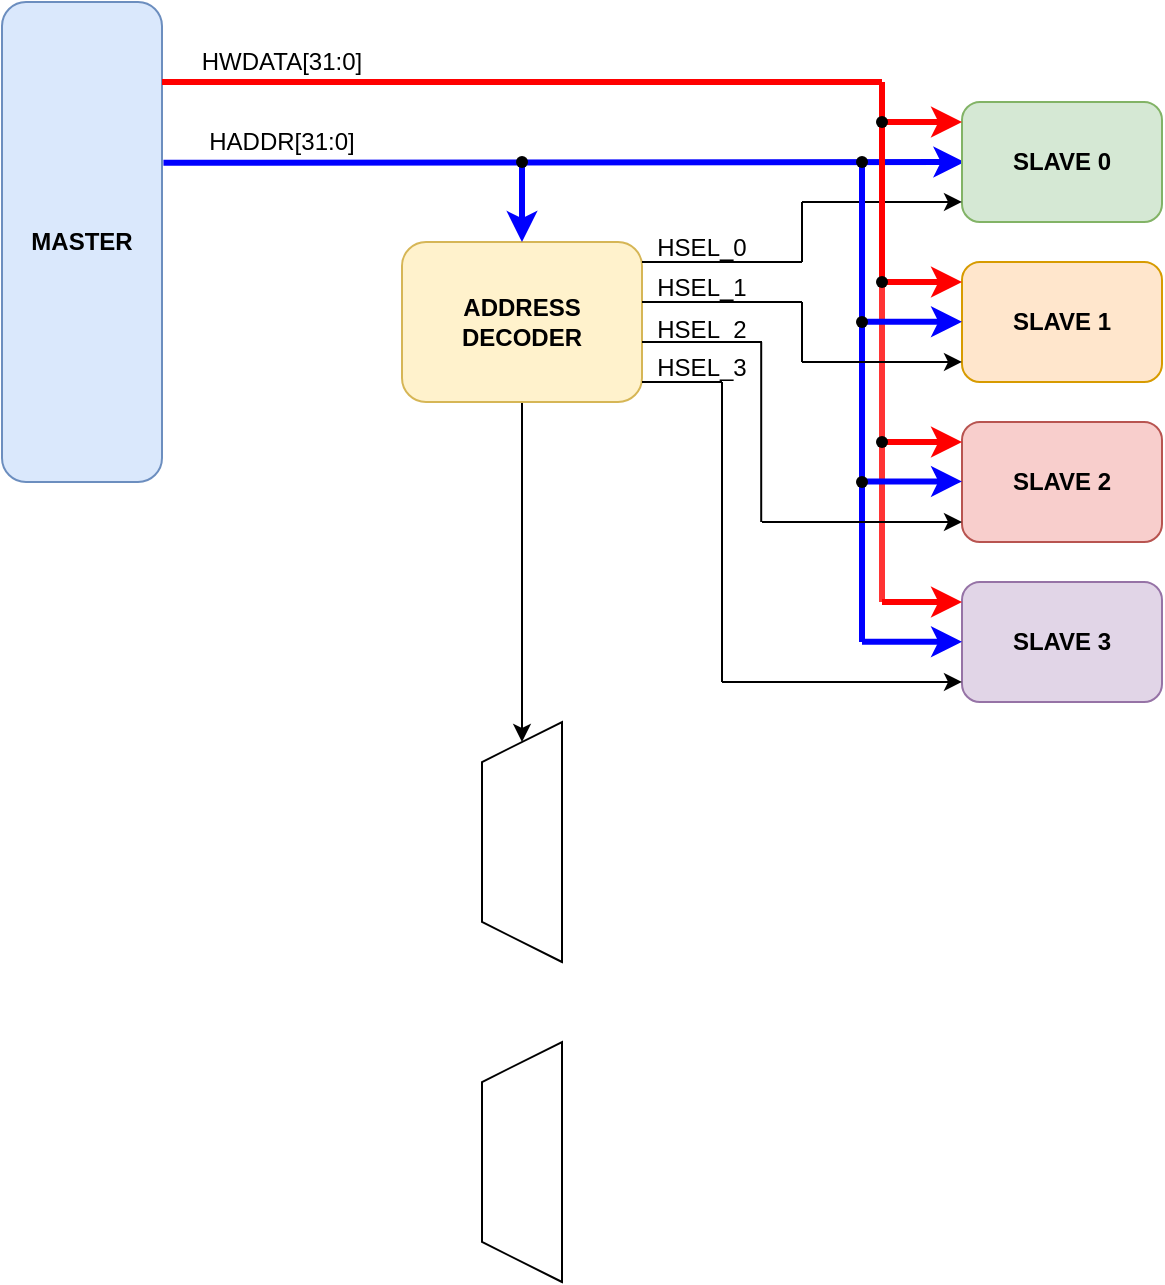
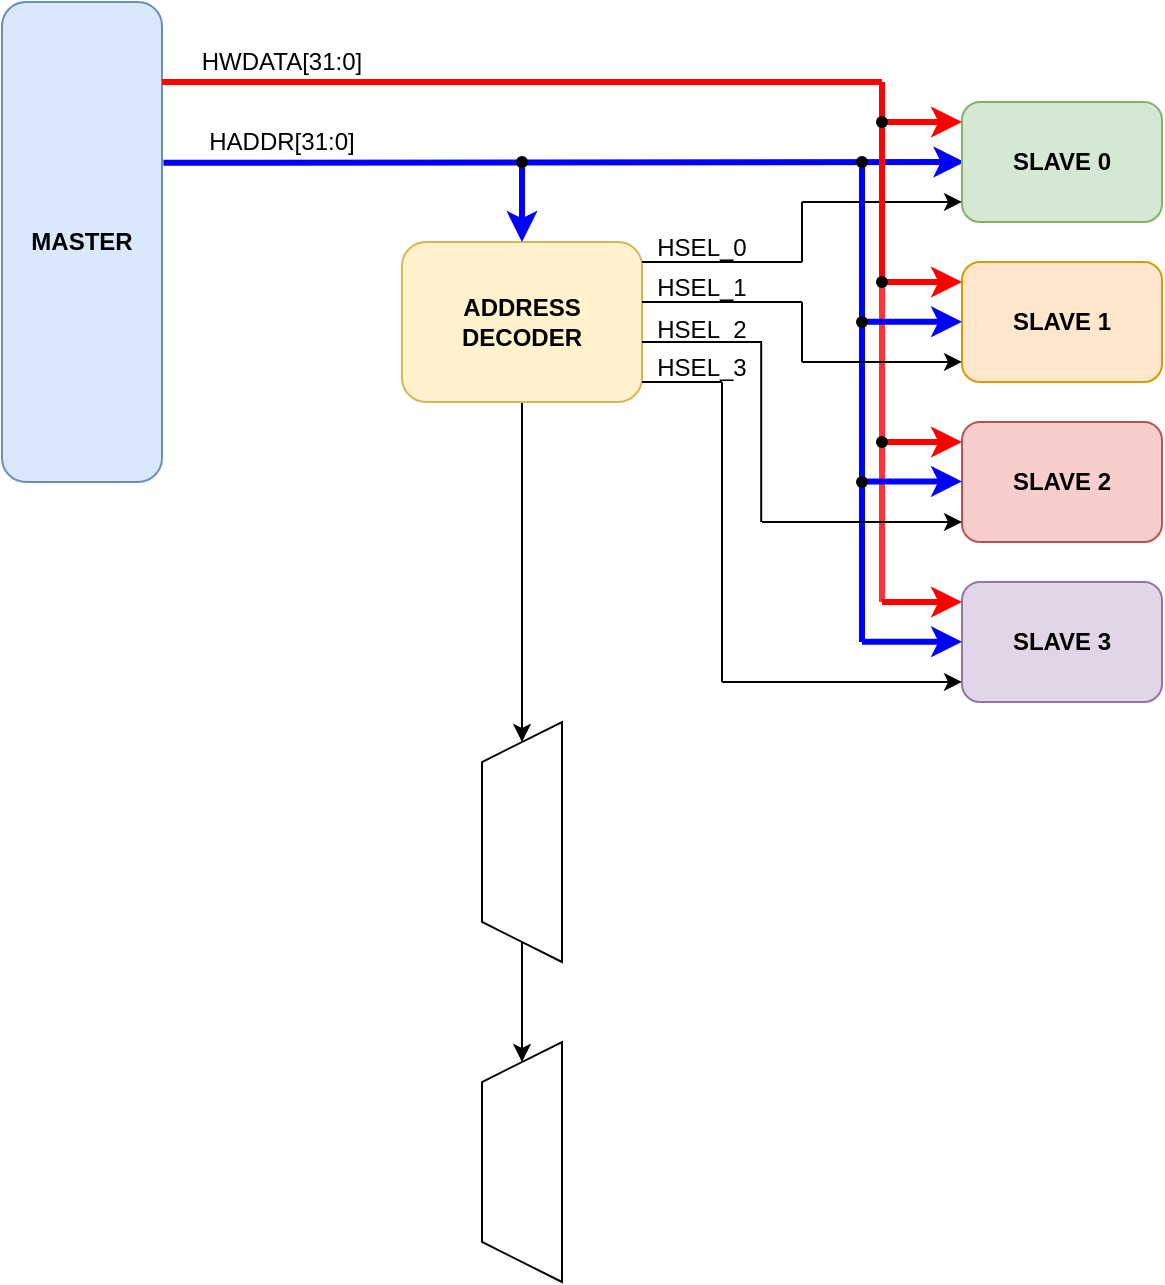
<mxfile host="app.diagrams.net" agent="Mozilla/5.0 (Windows NT 10.0; Win64; x64) AppleWebKit/537.36 (KHTML, like Gecko) Chrome/144.0.0.0 Safari/537.36 Edg/144.0.0.0" pages="4">
  <diagram id="00dOMP4ly3Yvcw6Omt_P" name="AHB Block Diagram">
-     <mxGraphModel dx="364" dy="526" grid="1" gridSize="10" guides="1" tooltips="1" connect="1" arrows="1" fold="1" page="1" pageScale="1" pageWidth="850" pageHeight="1100" math="0" shadow="0">
+     <mxGraphModel dx="637" dy="921" grid="1" gridSize="10" guides="1" tooltips="1" connect="1" arrows="1" fold="1" page="1" pageScale="1" pageWidth="850" pageHeight="1100" math="0" shadow="0">
      <root>
        <mxCell id="0" />
        <mxCell id="1" parent="0" />
        <mxCell id="WVtcaOnAu4kVJNJomXHp-1" parent="1" style="rounded=1;whiteSpace=wrap;html=1;fillColor=#dae8fc;strokeColor=#6c8ebf;" value="&lt;b&gt;MASTER&lt;/b&gt;" vertex="1">
          <mxGeometry height="240" width="80" x="80" y="160" as="geometry" />
        </mxCell>
        <mxCell id="WVtcaOnAu4kVJNJomXHp-55" edge="1" parent="1" source="WVtcaOnAu4kVJNJomXHp-3" style="edgeStyle=orthogonalEdgeStyle;rounded=0;orthogonalLoop=1;jettySize=auto;html=1;entryX=1;entryY=0.5;entryDx=0;entryDy=0;" target="WVtcaOnAu4kVJNJomXHp-53">
          <mxGeometry relative="1" as="geometry" />
        </mxCell>
        <mxCell id="WVtcaOnAu4kVJNJomXHp-3" parent="1" style="rounded=1;whiteSpace=wrap;html=1;fillColor=#fff2cc;strokeColor=#d6b656;" value="&lt;b&gt;ADDRESS DECODER&lt;/b&gt;" vertex="1">
          <mxGeometry height="80" width="120" x="280" y="280" as="geometry" />
        </mxCell>
        <mxCell id="WVtcaOnAu4kVJNJomXHp-4" edge="1" parent="1" source="WVtcaOnAu4kVJNJomXHp-1" style="endArrow=classic;html=1;rounded=0;exitX=1.009;exitY=0.335;exitDx=0;exitDy=0;exitPerimeter=0;strokeWidth=3;strokeColor=#0000FF;" value="">
          <mxGeometry height="50" relative="1" width="50" as="geometry">
            <mxPoint x="170" y="240" as="sourcePoint" />
            <mxPoint x="561.2" y="240" as="targetPoint" />
          </mxGeometry>
        </mxCell>
        <mxCell id="WVtcaOnAu4kVJNJomXHp-5" edge="1" parent="1" source="WVtcaOnAu4kVJNJomXHp-6" style="endArrow=classic;html=1;rounded=0;entryX=0.5;entryY=0;entryDx=0;entryDy=0;strokeWidth=3;strokeColor=#0000FF;" target="WVtcaOnAu4kVJNJomXHp-3" value="">
          <mxGeometry height="50" relative="1" width="50" as="geometry">
            <mxPoint x="340" y="240" as="sourcePoint" />
            <mxPoint x="390" y="190" as="targetPoint" />
          </mxGeometry>
        </mxCell>
        <mxCell id="WVtcaOnAu4kVJNJomXHp-6" parent="1" style="shape=waypoint;sketch=0;fillStyle=solid;size=6;pointerEvents=1;points=[];fillColor=none;resizable=0;rotatable=0;perimeter=centerPerimeter;snapToPoint=1;" value="" vertex="1">
          <mxGeometry height="20" width="20" x="330" y="230" as="geometry" />
        </mxCell>
        <mxCell id="WVtcaOnAu4kVJNJomXHp-7" parent="1" style="rounded=1;whiteSpace=wrap;html=1;fillColor=#d5e8d4;strokeColor=#82b366;fontStyle=1" value="SLAVE 0" vertex="1">
          <mxGeometry height="60" width="100" x="560" y="210" as="geometry" />
        </mxCell>
        <mxCell id="WVtcaOnAu4kVJNJomXHp-8" parent="1" style="rounded=1;whiteSpace=wrap;html=1;fillColor=#ffe6cc;strokeColor=#d79b00;fontStyle=1" value="SLAVE 1" vertex="1">
          <mxGeometry height="60" width="100" x="560" y="290" as="geometry" />
        </mxCell>
        <mxCell id="WVtcaOnAu4kVJNJomXHp-9" parent="1" style="rounded=1;whiteSpace=wrap;html=1;fillColor=#f8cecc;strokeColor=#b85450;fontStyle=1" value="SLAVE 2" vertex="1">
          <mxGeometry height="60" width="100" x="560" y="370" as="geometry" />
        </mxCell>
        <mxCell id="WVtcaOnAu4kVJNJomXHp-10" parent="1" style="rounded=1;whiteSpace=wrap;html=1;fillColor=#e1d5e7;strokeColor=#9673a6;fontStyle=1" value="SLAVE 3" vertex="1">
          <mxGeometry height="60" width="100" x="560" y="450" as="geometry" />
        </mxCell>
        <mxCell id="WVtcaOnAu4kVJNJomXHp-11" edge="1" parent="1" source="WVtcaOnAu4kVJNJomXHp-3" style="endArrow=none;html=1;rounded=0;exitX=1;exitY=0.125;exitDx=0;exitDy=0;exitPerimeter=0;" value="">
          <mxGeometry height="50" relative="1" width="50" as="geometry">
            <mxPoint x="410" y="290" as="sourcePoint" />
            <mxPoint x="480" y="290" as="targetPoint" />
          </mxGeometry>
        </mxCell>
        <mxCell id="WVtcaOnAu4kVJNJomXHp-12" edge="1" parent="1" style="endArrow=none;html=1;rounded=0;" value="">
          <mxGeometry height="50" relative="1" width="50" as="geometry">
            <mxPoint x="480" y="290" as="sourcePoint" />
            <mxPoint x="480" y="260" as="targetPoint" />
          </mxGeometry>
        </mxCell>
        <mxCell id="WVtcaOnAu4kVJNJomXHp-13" edge="1" parent="1" style="endArrow=classic;html=1;rounded=0;entryX=0;entryY=0.833;entryDx=0;entryDy=0;entryPerimeter=0;" target="WVtcaOnAu4kVJNJomXHp-7" value="">
          <mxGeometry height="50" relative="1" width="50" as="geometry">
            <mxPoint x="480" y="260" as="sourcePoint" />
            <mxPoint x="540" y="260" as="targetPoint" />
          </mxGeometry>
        </mxCell>
        <mxCell id="WVtcaOnAu4kVJNJomXHp-18" edge="1" parent="1" style="endArrow=none;html=1;rounded=0;strokeWidth=3;strokeColor=#FF0000;" value="">
          <mxGeometry height="50" relative="1" width="50" as="geometry">
            <mxPoint x="160" y="200" as="sourcePoint" />
            <mxPoint x="520" y="200" as="targetPoint" />
          </mxGeometry>
        </mxCell>
        <mxCell id="WVtcaOnAu4kVJNJomXHp-19" edge="1" parent="1" source="WVtcaOnAu4kVJNJomXHp-25" style="endArrow=none;html=1;rounded=0;strokeWidth=3;strokeColor=#FF0000;" value="">
          <mxGeometry height="50" relative="1" width="50" as="geometry">
            <mxPoint x="520" y="380" as="sourcePoint" />
            <mxPoint x="520" y="200" as="targetPoint" />
          </mxGeometry>
        </mxCell>
        <mxCell id="WVtcaOnAu4kVJNJomXHp-20" edge="1" parent="1" style="endArrow=classic;html=1;rounded=0;entryX=0;entryY=0.167;entryDx=0;entryDy=0;entryPerimeter=0;strokeWidth=3;strokeColor=#FF0000;" target="WVtcaOnAu4kVJNJomXHp-7" value="">
          <mxGeometry height="50" relative="1" width="50" as="geometry">
            <mxPoint x="520" y="220" as="sourcePoint" />
            <mxPoint x="570" y="170" as="targetPoint" />
          </mxGeometry>
        </mxCell>
        <mxCell id="WVtcaOnAu4kVJNJomXHp-22" edge="1" parent="1" style="endArrow=classic;html=1;rounded=0;entryX=0;entryY=0.167;entryDx=0;entryDy=0;entryPerimeter=0;strokeWidth=3;strokeColor=#FF0000;" value="">
          <mxGeometry height="50" relative="1" width="50" as="geometry">
            <mxPoint x="520" y="300" as="sourcePoint" />
            <mxPoint x="560" y="300" as="targetPoint" />
          </mxGeometry>
        </mxCell>
        <mxCell id="WVtcaOnAu4kVJNJomXHp-23" parent="1" style="shape=waypoint;sketch=0;fillStyle=solid;size=6;pointerEvents=1;points=[];fillColor=none;resizable=0;rotatable=0;perimeter=centerPerimeter;snapToPoint=1;" value="" vertex="1">
          <mxGeometry height="20" width="20" x="510" y="210" as="geometry" />
        </mxCell>
        <mxCell id="WVtcaOnAu4kVJNJomXHp-24" edge="1" parent="1" style="endArrow=classic;html=1;rounded=0;entryX=0;entryY=0.167;entryDx=0;entryDy=0;entryPerimeter=0;strokeWidth=3;strokeColor=#FF0000;" value="">
          <mxGeometry height="50" relative="1" width="50" as="geometry">
            <mxPoint x="520" y="380" as="sourcePoint" />
            <mxPoint x="560" y="380" as="targetPoint" />
          </mxGeometry>
        </mxCell>
        <mxCell id="WVtcaOnAu4kVJNJomXHp-26" edge="1" parent="1" style="endArrow=none;html=1;rounded=0;strokeWidth=3;strokeColor=#FF3333;" target="WVtcaOnAu4kVJNJomXHp-25" value="">
          <mxGeometry height="50" relative="1" width="50" as="geometry">
            <mxPoint x="520" y="460" as="sourcePoint" />
            <mxPoint x="520" y="200" as="targetPoint" />
          </mxGeometry>
        </mxCell>
        <mxCell id="WVtcaOnAu4kVJNJomXHp-25" parent="1" style="shape=waypoint;sketch=0;fillStyle=solid;size=6;pointerEvents=1;points=[];fillColor=none;resizable=0;rotatable=0;perimeter=centerPerimeter;snapToPoint=1;" value="" vertex="1">
          <mxGeometry height="20" width="20" x="510" y="290" as="geometry" />
        </mxCell>
        <mxCell id="WVtcaOnAu4kVJNJomXHp-27" edge="1" parent="1" style="endArrow=none;html=1;rounded=0;strokeWidth=3;strokeColor=#0000FF;" target="WVtcaOnAu4kVJNJomXHp-30" value="">
          <mxGeometry height="50" relative="1" width="50" as="geometry">
            <mxPoint x="510" y="480" as="sourcePoint" />
            <mxPoint x="510" y="240" as="targetPoint" />
          </mxGeometry>
        </mxCell>
        <mxCell id="WVtcaOnAu4kVJNJomXHp-28" edge="1" parent="1" style="endArrow=classic;html=1;rounded=0;entryX=0;entryY=0.167;entryDx=0;entryDy=0;entryPerimeter=0;strokeWidth=3;strokeColor=#0000FF;" value="">
          <mxGeometry height="50" relative="1" width="50" as="geometry">
            <mxPoint x="510" y="399.72" as="sourcePoint" />
            <mxPoint x="560" y="399.72" as="targetPoint" />
          </mxGeometry>
        </mxCell>
        <mxCell id="WVtcaOnAu4kVJNJomXHp-29" edge="1" parent="1" style="endArrow=classic;html=1;rounded=0;entryX=0;entryY=0.167;entryDx=0;entryDy=0;entryPerimeter=0;strokeWidth=3;strokeColor=#0000FF;" value="">
          <mxGeometry height="50" relative="1" width="50" as="geometry">
            <mxPoint x="510" y="319.86" as="sourcePoint" />
            <mxPoint x="560" y="319.86" as="targetPoint" />
          </mxGeometry>
        </mxCell>
        <mxCell id="WVtcaOnAu4kVJNJomXHp-30" parent="1" style="shape=waypoint;sketch=0;fillStyle=solid;size=6;pointerEvents=1;points=[];fillColor=none;resizable=0;rotatable=0;perimeter=centerPerimeter;snapToPoint=1;" value="" vertex="1">
          <mxGeometry height="20" width="20" x="500.0000000000001" y="230" as="geometry" />
        </mxCell>
        <mxCell id="WVtcaOnAu4kVJNJomXHp-31" parent="1" style="shape=waypoint;sketch=0;fillStyle=solid;size=6;pointerEvents=1;points=[];fillColor=none;resizable=0;rotatable=0;perimeter=centerPerimeter;snapToPoint=1;" value="" vertex="1">
          <mxGeometry height="20" width="20" x="500" y="310" as="geometry" />
        </mxCell>
        <mxCell id="WVtcaOnAu4kVJNJomXHp-32" edge="1" parent="1" style="endArrow=classic;html=1;rounded=0;entryX=0;entryY=0.167;entryDx=0;entryDy=0;entryPerimeter=0;strokeWidth=3;strokeColor=#FF0000;" value="">
          <mxGeometry height="50" relative="1" width="50" as="geometry">
            <mxPoint x="520" y="460" as="sourcePoint" />
            <mxPoint x="560" y="460" as="targetPoint" />
          </mxGeometry>
        </mxCell>
        <mxCell id="WVtcaOnAu4kVJNJomXHp-33" edge="1" parent="1" style="endArrow=classic;html=1;rounded=0;entryX=0;entryY=0.167;entryDx=0;entryDy=0;entryPerimeter=0;strokeWidth=3;strokeColor=#0000FF;" value="">
          <mxGeometry height="50" relative="1" width="50" as="geometry">
            <mxPoint x="510" y="479.88" as="sourcePoint" />
            <mxPoint x="560" y="479.88" as="targetPoint" />
          </mxGeometry>
        </mxCell>
        <mxCell id="WVtcaOnAu4kVJNJomXHp-34" parent="1" style="shape=waypoint;sketch=0;fillStyle=solid;size=6;pointerEvents=1;points=[];fillColor=none;resizable=0;rotatable=0;perimeter=centerPerimeter;snapToPoint=1;" value="" vertex="1">
          <mxGeometry height="20" width="20" x="510" y="370" as="geometry" />
        </mxCell>
        <mxCell id="WVtcaOnAu4kVJNJomXHp-35" parent="1" style="shape=waypoint;sketch=0;fillStyle=solid;size=6;pointerEvents=1;points=[];fillColor=none;resizable=0;rotatable=0;perimeter=centerPerimeter;snapToPoint=1;" value="" vertex="1">
          <mxGeometry height="20" width="20" x="500" y="390" as="geometry" />
        </mxCell>
        <mxCell id="WVtcaOnAu4kVJNJomXHp-38" edge="1" parent="1" style="endArrow=none;html=1;rounded=0;" value="">
          <mxGeometry height="50" relative="1" width="50" as="geometry">
            <mxPoint x="400" y="310" as="sourcePoint" />
            <mxPoint x="480" y="310" as="targetPoint" />
          </mxGeometry>
        </mxCell>
        <mxCell id="WVtcaOnAu4kVJNJomXHp-39" edge="1" parent="1" style="endArrow=none;html=1;rounded=0;" value="">
          <mxGeometry height="50" relative="1" width="50" as="geometry">
            <mxPoint x="400" y="330" as="sourcePoint" />
            <mxPoint x="460" y="330" as="targetPoint" />
          </mxGeometry>
        </mxCell>
        <mxCell id="WVtcaOnAu4kVJNJomXHp-40" edge="1" parent="1" style="endArrow=none;html=1;rounded=0;" value="">
          <mxGeometry height="50" relative="1" width="50" as="geometry">
            <mxPoint x="400" y="350" as="sourcePoint" />
            <mxPoint x="440" y="350" as="targetPoint" />
          </mxGeometry>
        </mxCell>
        <mxCell id="WVtcaOnAu4kVJNJomXHp-41" edge="1" parent="1" style="endArrow=none;html=1;rounded=0;" value="">
          <mxGeometry height="50" relative="1" width="50" as="geometry">
            <mxPoint x="440" y="500" as="sourcePoint" />
            <mxPoint x="440" y="350" as="targetPoint" />
          </mxGeometry>
        </mxCell>
        <mxCell id="WVtcaOnAu4kVJNJomXHp-42" edge="1" parent="1" style="endArrow=classic;html=1;rounded=0;entryX=0;entryY=0.833;entryDx=0;entryDy=0;entryPerimeter=0;" target="WVtcaOnAu4kVJNJomXHp-10" value="">
          <mxGeometry height="50" relative="1" width="50" as="geometry">
            <mxPoint x="440" y="499.98" as="sourcePoint" />
            <mxPoint x="470" y="450" as="targetPoint" />
          </mxGeometry>
        </mxCell>
        <mxCell id="WVtcaOnAu4kVJNJomXHp-43" edge="1" parent="1" style="endArrow=none;html=1;rounded=0;" value="">
          <mxGeometry height="50" relative="1" width="50" as="geometry">
            <mxPoint x="459.6" y="420" as="sourcePoint" />
            <mxPoint x="459.6" y="330" as="targetPoint" />
          </mxGeometry>
        </mxCell>
        <mxCell id="WVtcaOnAu4kVJNJomXHp-44" edge="1" parent="1" style="endArrow=classic;html=1;rounded=0;entryX=0;entryY=0.833;entryDx=0;entryDy=0;entryPerimeter=0;" value="">
          <mxGeometry height="50" relative="1" width="50" as="geometry">
            <mxPoint x="460" y="420" as="sourcePoint" />
            <mxPoint x="560" y="420" as="targetPoint" />
          </mxGeometry>
        </mxCell>
        <mxCell id="WVtcaOnAu4kVJNJomXHp-45" edge="1" parent="1" style="endArrow=none;html=1;rounded=0;" value="">
          <mxGeometry height="50" relative="1" width="50" as="geometry">
            <mxPoint x="480" y="340" as="sourcePoint" />
            <mxPoint x="480" y="310" as="targetPoint" />
          </mxGeometry>
        </mxCell>
        <mxCell id="WVtcaOnAu4kVJNJomXHp-46" edge="1" parent="1" style="endArrow=classic;html=1;rounded=0;entryX=0;entryY=0.833;entryDx=0;entryDy=0;entryPerimeter=0;" target="WVtcaOnAu4kVJNJomXHp-8" value="">
          <mxGeometry height="50" relative="1" width="50" as="geometry">
            <mxPoint x="480" y="340" as="sourcePoint" />
            <mxPoint x="550" y="340" as="targetPoint" />
          </mxGeometry>
        </mxCell>
        <mxCell id="WVtcaOnAu4kVJNJomXHp-47" parent="1" style="text;html=1;whiteSpace=wrap;strokeColor=none;fillColor=none;align=center;verticalAlign=middle;rounded=0;" value="HSEL_0" vertex="1">
          <mxGeometry height="15" width="60" x="400" y="275" as="geometry" />
        </mxCell>
        <mxCell id="WVtcaOnAu4kVJNJomXHp-48" parent="1" style="text;html=1;whiteSpace=wrap;strokeColor=none;fillColor=none;align=center;verticalAlign=middle;rounded=0;" value="HSEL_1" vertex="1">
          <mxGeometry height="15" width="60" x="400" y="295" as="geometry" />
        </mxCell>
        <mxCell id="WVtcaOnAu4kVJNJomXHp-49" parent="1" style="text;html=1;whiteSpace=wrap;strokeColor=none;fillColor=none;align=center;verticalAlign=middle;rounded=0;" value="HSEL_2" vertex="1">
          <mxGeometry height="7.5" width="60" x="400" y="320" as="geometry" />
        </mxCell>
        <mxCell id="WVtcaOnAu4kVJNJomXHp-50" parent="1" style="text;html=1;whiteSpace=wrap;strokeColor=none;fillColor=none;align=center;verticalAlign=middle;rounded=0;" value="HSEL_3" vertex="1">
          <mxGeometry height="15" width="60" x="400" y="335" as="geometry" />
        </mxCell>
        <mxCell id="WVtcaOnAu4kVJNJomXHp-51" parent="1" style="text;html=1;whiteSpace=wrap;strokeColor=none;fillColor=none;align=center;verticalAlign=middle;rounded=0;" value="HWDATA[31:0]" vertex="1">
          <mxGeometry height="20" width="80" x="180" y="180" as="geometry" />
        </mxCell>
        <mxCell id="WVtcaOnAu4kVJNJomXHp-52" parent="1" style="text;html=1;whiteSpace=wrap;strokeColor=none;fillColor=none;align=center;verticalAlign=middle;rounded=0;" value="HADDR[31:0]" vertex="1">
          <mxGeometry height="20" width="80" x="180" y="220" as="geometry" />
        </mxCell>
        <mxCell id="WVtcaOnAu4kVJNJomXHp-53" parent="1" style="shape=trapezoid;perimeter=trapezoidPerimeter;whiteSpace=wrap;html=1;fixedSize=1;rotation=-90;" value="" vertex="1">
          <mxGeometry height="40" width="120" x="280" y="560" as="geometry" />
        </mxCell>
        <mxCell id="WVtcaOnAu4kVJNJomXHp-54" parent="1" style="shape=trapezoid;perimeter=trapezoidPerimeter;whiteSpace=wrap;html=1;fixedSize=1;rotation=-90;" value="" vertex="1">
          <mxGeometry height="40" width="120" x="280" y="720" as="geometry" />
+         </mxCell>
+         <mxCell id="WVtcaOnAu4kVJNJomXHp-56" edge="1" parent="1" source="WVtcaOnAu4kVJNJomXHp-53" style="endArrow=classic;html=1;rounded=0;exitX=0;exitY=0.5;exitDx=0;exitDy=0;entryX=1;entryY=0.5;entryDx=0;entryDy=0;" target="WVtcaOnAu4kVJNJomXHp-54" value="">
+           <mxGeometry height="50" relative="1" width="50" as="geometry">
+             <mxPoint x="400" y="680" as="sourcePoint" />
+             <mxPoint x="450" y="630" as="targetPoint" />
+           </mxGeometry>
        </mxCell>
      </root>
    </mxGraphModel>
  </diagram>
  <diagram name="AHB Interface" id="AxdGKtdG9Rmgfqjtrl1U">
    <mxGraphModel dx="2046" dy="1106" grid="1" gridSize="10" guides="1" tooltips="1" connect="1" arrows="1" fold="1" page="1" pageScale="1" pageWidth="850" pageHeight="1100" math="0" shadow="0">
      <root>
        <mxCell id="0" />
        <mxCell id="1" parent="0" />
        <mxCell id="BZ9neWvH9tw47nREzwFn-1" parent="1" style="rounded=0;whiteSpace=wrap;html=1;" value="&lt;font style=&quot;font-size: 16px;&quot;&gt;&lt;b&gt;Manager&lt;/b&gt;&lt;/font&gt;" vertex="1">
          <mxGeometry height="200" width="120" x="400" y="80" as="geometry" />
        </mxCell>
        <mxCell id="BZ9neWvH9tw47nREzwFn-2" edge="1" parent="1" style="endArrow=classic;html=1;rounded=0;" value="">
          <mxGeometry height="50" relative="1" width="50" as="geometry">
            <mxPoint x="360" y="100" as="sourcePoint" />
            <mxPoint x="400" y="100" as="targetPoint" />
          </mxGeometry>
        </mxCell>
        <mxCell id="BZ9neWvH9tw47nREzwFn-3" edge="1" parent="1" style="endArrow=classic;html=1;rounded=0;" value="">
          <mxGeometry height="50" relative="1" width="50" as="geometry">
            <mxPoint x="360" y="120" as="sourcePoint" />
            <mxPoint x="400" y="120" as="targetPoint" />
          </mxGeometry>
        </mxCell>
        <mxCell id="BZ9neWvH9tw47nREzwFn-4" parent="1" style="text;html=1;whiteSpace=wrap;strokeColor=none;fillColor=none;align=center;verticalAlign=middle;rounded=0;fontStyle=1" value="HCLK" vertex="1">
          <mxGeometry height="20" width="40" x="320" y="90" as="geometry" />
        </mxCell>
        <mxCell id="BZ9neWvH9tw47nREzwFn-5" parent="1" style="text;html=1;whiteSpace=wrap;strokeColor=none;fillColor=none;align=center;verticalAlign=middle;rounded=0;fontStyle=1" value="HRESETn" vertex="1">
          <mxGeometry height="20" width="60" x="300" y="110" as="geometry" />
        </mxCell>
        <mxCell id="BZ9neWvH9tw47nREzwFn-6" parent="1" style="text;html=1;whiteSpace=wrap;strokeColor=none;fillColor=none;align=center;verticalAlign=middle;rounded=0;fontStyle=1" value="HREADY" vertex="1">
          <mxGeometry height="20" width="60" x="300" y="150" as="geometry" />
        </mxCell>
        <mxCell id="BZ9neWvH9tw47nREzwFn-7" edge="1" parent="1" style="endArrow=classic;html=1;rounded=0;" value="">
          <mxGeometry height="50" relative="1" width="50" as="geometry">
            <mxPoint x="360" y="160" as="sourcePoint" />
            <mxPoint x="400" y="160" as="targetPoint" />
          </mxGeometry>
        </mxCell>
        <mxCell id="BZ9neWvH9tw47nREzwFn-8" edge="1" parent="1" style="endArrow=classic;html=1;rounded=0;" value="">
          <mxGeometry height="50" relative="1" width="50" as="geometry">
            <mxPoint x="360" y="180" as="sourcePoint" />
            <mxPoint x="400" y="180" as="targetPoint" />
          </mxGeometry>
        </mxCell>
        <mxCell id="BZ9neWvH9tw47nREzwFn-9" parent="1" style="text;html=1;whiteSpace=wrap;strokeColor=none;fillColor=none;align=center;verticalAlign=middle;rounded=0;fontStyle=1" value="HSELx" vertex="1">
          <mxGeometry height="20" width="60" x="310" y="430" as="geometry" />
        </mxCell>
        <mxCell id="BZ9neWvH9tw47nREzwFn-10" edge="1" parent="1" style="endArrow=classic;html=1;rounded=0;" value="">
          <mxGeometry height="50" relative="1" width="50" as="geometry">
            <mxPoint x="360" y="260" as="sourcePoint" />
            <mxPoint x="400" y="260" as="targetPoint" />
          </mxGeometry>
        </mxCell>
        <mxCell id="BZ9neWvH9tw47nREzwFn-11" parent="1" style="text;html=1;whiteSpace=wrap;strokeColor=none;fillColor=none;align=center;verticalAlign=middle;rounded=0;fontStyle=1" value="HRDATA[31:0]" vertex="1">
          <mxGeometry height="20" width="90" x="270" y="250" as="geometry" />
        </mxCell>
        <mxCell id="BZ9neWvH9tw47nREzwFn-12" edge="1" parent="1" style="endArrow=classic;html=1;rounded=0;" value="">
          <mxGeometry height="50" relative="1" width="50" as="geometry">
            <mxPoint x="520" y="99.83" as="sourcePoint" />
            <mxPoint x="560" y="99.83" as="targetPoint" />
          </mxGeometry>
        </mxCell>
        <mxCell id="BZ9neWvH9tw47nREzwFn-13" edge="1" parent="1" style="endArrow=classic;html=1;rounded=0;" value="">
          <mxGeometry height="50" relative="1" width="50" as="geometry">
            <mxPoint x="520" y="119.83" as="sourcePoint" />
            <mxPoint x="560" y="119.83" as="targetPoint" />
          </mxGeometry>
        </mxCell>
        <mxCell id="BZ9neWvH9tw47nREzwFn-14" edge="1" parent="1" style="endArrow=classic;html=1;rounded=0;" value="">
          <mxGeometry height="50" relative="1" width="50" as="geometry">
            <mxPoint x="520" y="159.83" as="sourcePoint" />
            <mxPoint x="560" y="159.83" as="targetPoint" />
          </mxGeometry>
        </mxCell>
        <mxCell id="BZ9neWvH9tw47nREzwFn-15" edge="1" parent="1" style="endArrow=classic;html=1;rounded=0;" value="">
          <mxGeometry height="50" relative="1" width="50" as="geometry">
            <mxPoint x="520" y="140" as="sourcePoint" />
            <mxPoint x="560" y="140" as="targetPoint" />
          </mxGeometry>
        </mxCell>
        <mxCell id="BZ9neWvH9tw47nREzwFn-16" edge="1" parent="1" style="endArrow=classic;html=1;rounded=0;" value="">
          <mxGeometry height="50" relative="1" width="50" as="geometry">
            <mxPoint x="520" y="179.83" as="sourcePoint" />
            <mxPoint x="560" y="179.83" as="targetPoint" />
          </mxGeometry>
        </mxCell>
        <mxCell id="BZ9neWvH9tw47nREzwFn-17" edge="1" parent="1" style="endArrow=classic;html=1;rounded=0;" value="">
          <mxGeometry height="50" relative="1" width="50" as="geometry">
            <mxPoint x="520" y="200" as="sourcePoint" />
            <mxPoint x="560" y="200" as="targetPoint" />
          </mxGeometry>
        </mxCell>
        <mxCell id="BZ9neWvH9tw47nREzwFn-18" parent="1" style="text;html=1;whiteSpace=wrap;strokeColor=none;fillColor=none;align=center;verticalAlign=middle;rounded=0;fontStyle=1" value="HADDR[31:0]" vertex="1">
          <mxGeometry height="20" width="80" x="560" y="90" as="geometry" />
        </mxCell>
        <mxCell id="BZ9neWvH9tw47nREzwFn-19" parent="1" style="text;html=1;whiteSpace=wrap;strokeColor=none;fillColor=none;align=center;verticalAlign=middle;rounded=0;fontStyle=1" value="HWRITE" vertex="1">
          <mxGeometry height="20" width="60" x="560" y="110" as="geometry" />
        </mxCell>
        <mxCell id="BZ9neWvH9tw47nREzwFn-20" parent="1" style="text;html=1;whiteSpace=wrap;strokeColor=none;fillColor=none;align=center;verticalAlign=middle;rounded=0;fontStyle=1" value="HSIZE[2:0]" vertex="1">
          <mxGeometry height="20" width="70" x="560" y="130" as="geometry" />
        </mxCell>
        <mxCell id="BZ9neWvH9tw47nREzwFn-21" parent="1" style="text;html=1;whiteSpace=wrap;strokeColor=none;fillColor=none;align=center;verticalAlign=middle;rounded=0;fontStyle=1" value="HBURST[2:0]" vertex="1">
          <mxGeometry height="20" width="80" x="560" y="150" as="geometry" />
        </mxCell>
        <mxCell id="BZ9neWvH9tw47nREzwFn-22" parent="1" style="text;html=1;whiteSpace=wrap;strokeColor=none;fillColor=none;align=center;verticalAlign=middle;rounded=0;fontStyle=1" value="HPROT[3:0]" vertex="1">
          <mxGeometry height="20" width="80" x="560" y="170" as="geometry" />
        </mxCell>
        <mxCell id="BZ9neWvH9tw47nREzwFn-23" parent="1" style="text;html=1;whiteSpace=wrap;strokeColor=none;fillColor=none;align=center;verticalAlign=middle;rounded=0;fontStyle=1" value="HTRANS[1:0]" vertex="1">
          <mxGeometry height="20" width="80" x="560" y="190" as="geometry" />
        </mxCell>
        <mxCell id="BZ9neWvH9tw47nREzwFn-24" edge="1" parent="1" style="endArrow=classic;html=1;rounded=0;" value="">
          <mxGeometry height="50" relative="1" width="50" as="geometry">
            <mxPoint x="520" y="220" as="sourcePoint" />
            <mxPoint x="560" y="220" as="targetPoint" />
          </mxGeometry>
        </mxCell>
        <mxCell id="BZ9neWvH9tw47nREzwFn-25" parent="1" style="text;html=1;whiteSpace=wrap;strokeColor=none;fillColor=none;align=center;verticalAlign=middle;rounded=0;fontStyle=1" value="HMASTLOCK" vertex="1">
          <mxGeometry height="20" width="80" x="560" y="210" as="geometry" />
        </mxCell>
        <mxCell id="BZ9neWvH9tw47nREzwFn-26" edge="1" parent="1" style="endArrow=classic;html=1;rounded=0;" value="">
          <mxGeometry height="50" relative="1" width="50" as="geometry">
            <mxPoint x="520" y="259.8" as="sourcePoint" />
            <mxPoint x="560" y="259.8" as="targetPoint" />
          </mxGeometry>
        </mxCell>
        <mxCell id="BZ9neWvH9tw47nREzwFn-30" parent="1" style="text;html=1;whiteSpace=wrap;strokeColor=none;fillColor=none;align=center;verticalAlign=middle;rounded=0;fontStyle=1" value="HWDATA[31:0]" vertex="1">
          <mxGeometry height="20" width="95" x="555" y="250" as="geometry" />
        </mxCell>
        <mxCell id="BZ9neWvH9tw47nREzwFn-31" parent="1" style="rounded=0;whiteSpace=wrap;html=1;" value="&lt;font style=&quot;font-size: 16px;&quot;&gt;&lt;b&gt;Slave&lt;/b&gt;&lt;/font&gt;" vertex="1">
          <mxGeometry height="320" width="120" x="400" y="360" as="geometry" />
        </mxCell>
        <mxCell id="BZ9neWvH9tw47nREzwFn-32" edge="1" parent="1" style="endArrow=classic;html=1;rounded=0;" value="">
          <mxGeometry height="50" relative="1" width="50" as="geometry">
            <mxPoint x="360" y="489.83" as="sourcePoint" />
            <mxPoint x="400" y="489.83" as="targetPoint" />
          </mxGeometry>
        </mxCell>
        <mxCell id="BZ9neWvH9tw47nREzwFn-33" edge="1" parent="1" style="endArrow=classic;html=1;rounded=0;" value="">
          <mxGeometry height="50" relative="1" width="50" as="geometry">
            <mxPoint x="360" y="509.83" as="sourcePoint" />
            <mxPoint x="400" y="509.83" as="targetPoint" />
          </mxGeometry>
        </mxCell>
        <mxCell id="BZ9neWvH9tw47nREzwFn-34" edge="1" parent="1" style="endArrow=classic;html=1;rounded=0;" value="">
          <mxGeometry height="50" relative="1" width="50" as="geometry">
            <mxPoint x="360" y="549.83" as="sourcePoint" />
            <mxPoint x="400" y="549.83" as="targetPoint" />
          </mxGeometry>
        </mxCell>
        <mxCell id="BZ9neWvH9tw47nREzwFn-35" edge="1" parent="1" style="endArrow=classic;html=1;rounded=0;" value="">
          <mxGeometry height="50" relative="1" width="50" as="geometry">
            <mxPoint x="360" y="530" as="sourcePoint" />
            <mxPoint x="400" y="530" as="targetPoint" />
          </mxGeometry>
        </mxCell>
        <mxCell id="BZ9neWvH9tw47nREzwFn-36" edge="1" parent="1" style="endArrow=classic;html=1;rounded=0;" value="">
          <mxGeometry height="50" relative="1" width="50" as="geometry">
            <mxPoint x="360" y="569.83" as="sourcePoint" />
            <mxPoint x="400" y="569.83" as="targetPoint" />
          </mxGeometry>
        </mxCell>
        <mxCell id="BZ9neWvH9tw47nREzwFn-37" edge="1" parent="1" style="endArrow=classic;html=1;rounded=0;" value="">
          <mxGeometry height="50" relative="1" width="50" as="geometry">
            <mxPoint x="360" y="590" as="sourcePoint" />
            <mxPoint x="400" y="590" as="targetPoint" />
          </mxGeometry>
        </mxCell>
        <mxCell id="BZ9neWvH9tw47nREzwFn-38" parent="1" style="text;html=1;whiteSpace=wrap;strokeColor=none;fillColor=none;align=center;verticalAlign=middle;rounded=0;fontStyle=1" value="HADDR[31:0]" vertex="1">
          <mxGeometry height="20" width="80" x="275" y="480" as="geometry" />
        </mxCell>
        <mxCell id="BZ9neWvH9tw47nREzwFn-39" parent="1" style="text;html=1;whiteSpace=wrap;strokeColor=none;fillColor=none;align=center;verticalAlign=middle;rounded=0;fontStyle=1" value="HWRITE" vertex="1">
          <mxGeometry height="20" width="60" x="275" y="500" as="geometry" />
        </mxCell>
        <mxCell id="BZ9neWvH9tw47nREzwFn-40" parent="1" style="text;html=1;whiteSpace=wrap;strokeColor=none;fillColor=none;align=center;verticalAlign=middle;rounded=0;fontStyle=1" value="HSIZE[2:0]" vertex="1">
          <mxGeometry height="20" width="70" x="275" y="520" as="geometry" />
        </mxCell>
        <mxCell id="BZ9neWvH9tw47nREzwFn-41" parent="1" style="text;html=1;whiteSpace=wrap;strokeColor=none;fillColor=none;align=center;verticalAlign=middle;rounded=0;fontStyle=1" value="HBURST[2:0]" vertex="1">
          <mxGeometry height="20" width="80" x="275" y="540" as="geometry" />
        </mxCell>
        <mxCell id="BZ9neWvH9tw47nREzwFn-42" parent="1" style="text;html=1;whiteSpace=wrap;strokeColor=none;fillColor=none;align=center;verticalAlign=middle;rounded=0;fontStyle=1" value="HPROT[3:0]" vertex="1">
          <mxGeometry height="20" width="80" x="275" y="560" as="geometry" />
        </mxCell>
        <mxCell id="BZ9neWvH9tw47nREzwFn-43" parent="1" style="text;html=1;whiteSpace=wrap;strokeColor=none;fillColor=none;align=center;verticalAlign=middle;rounded=0;fontStyle=1" value="HTRANS[1:0]" vertex="1">
          <mxGeometry height="20" width="80" x="275" y="580" as="geometry" />
        </mxCell>
        <mxCell id="BZ9neWvH9tw47nREzwFn-44" edge="1" parent="1" style="endArrow=classic;html=1;rounded=0;" value="">
          <mxGeometry height="50" relative="1" width="50" as="geometry">
            <mxPoint x="360" y="610" as="sourcePoint" />
            <mxPoint x="400" y="610" as="targetPoint" />
          </mxGeometry>
        </mxCell>
        <mxCell id="BZ9neWvH9tw47nREzwFn-45" parent="1" style="text;html=1;whiteSpace=wrap;strokeColor=none;fillColor=none;align=center;verticalAlign=middle;rounded=0;fontStyle=1" value="HMASTLOCK" vertex="1">
          <mxGeometry height="20" width="80" x="275" y="600" as="geometry" />
        </mxCell>
        <mxCell id="BZ9neWvH9tw47nREzwFn-46" edge="1" parent="1" style="endArrow=classic;html=1;rounded=0;" value="">
          <mxGeometry height="50" relative="1" width="50" as="geometry">
            <mxPoint x="360" y="649.8" as="sourcePoint" />
            <mxPoint x="400" y="649.8" as="targetPoint" />
          </mxGeometry>
        </mxCell>
        <mxCell id="BZ9neWvH9tw47nREzwFn-47" parent="1" style="text;html=1;whiteSpace=wrap;strokeColor=none;fillColor=none;align=center;verticalAlign=middle;rounded=0;fontStyle=1" value="HWDATA[31:0]" vertex="1">
          <mxGeometry height="20" width="95" x="270" y="640" as="geometry" />
        </mxCell>
        <mxCell id="BZ9neWvH9tw47nREzwFn-49" edge="1" parent="1" style="endArrow=classic;html=1;rounded=0;" value="">
          <mxGeometry height="50" relative="1" width="50" as="geometry">
            <mxPoint x="360" y="380" as="sourcePoint" />
            <mxPoint x="400" y="380" as="targetPoint" />
          </mxGeometry>
        </mxCell>
        <mxCell id="BZ9neWvH9tw47nREzwFn-50" edge="1" parent="1" style="endArrow=classic;html=1;rounded=0;" value="">
          <mxGeometry height="50" relative="1" width="50" as="geometry">
            <mxPoint x="360" y="400" as="sourcePoint" />
            <mxPoint x="400" y="400" as="targetPoint" />
          </mxGeometry>
        </mxCell>
        <mxCell id="BZ9neWvH9tw47nREzwFn-51" edge="1" parent="1" style="endArrow=classic;html=1;rounded=0;" value="">
          <mxGeometry height="50" relative="1" width="50" as="geometry">
            <mxPoint x="360" y="440" as="sourcePoint" />
            <mxPoint x="400" y="440" as="targetPoint" />
          </mxGeometry>
        </mxCell>
        <mxCell id="BZ9neWvH9tw47nREzwFn-52" parent="1" style="text;html=1;whiteSpace=wrap;strokeColor=none;fillColor=none;align=center;verticalAlign=middle;rounded=0;fontStyle=1" value="HCLK" vertex="1">
          <mxGeometry height="20" width="40" x="320" y="370" as="geometry" />
        </mxCell>
        <mxCell id="BZ9neWvH9tw47nREzwFn-53" parent="1" style="text;html=1;whiteSpace=wrap;strokeColor=none;fillColor=none;align=center;verticalAlign=middle;rounded=0;fontStyle=1" value="HRESETn" vertex="1">
          <mxGeometry height="20" width="60" x="300" y="390" as="geometry" />
        </mxCell>
        <mxCell id="BZ9neWvH9tw47nREzwFn-54" parent="1" style="shape=curlyBracket;whiteSpace=wrap;html=1;rounded=1;labelPosition=left;verticalLabelPosition=middle;align=right;verticalAlign=middle;" value="" vertex="1">
          <mxGeometry height="35" width="20" x="230" y="90" as="geometry" />
        </mxCell>
        <mxCell id="BZ9neWvH9tw47nREzwFn-55" parent="1" style="text;html=1;whiteSpace=wrap;strokeColor=none;fillColor=none;align=center;verticalAlign=middle;rounded=0;fontStyle=1" value="HRESP" vertex="1">
          <mxGeometry height="20" width="60" x="300" y="170" as="geometry" />
        </mxCell>
        <mxCell id="BZ9neWvH9tw47nREzwFn-56" parent="1" style="shape=curlyBracket;whiteSpace=wrap;html=1;rounded=1;labelPosition=left;verticalLabelPosition=middle;align=right;verticalAlign=middle;" value="" vertex="1">
          <mxGeometry height="140" width="20" x="230" y="480" as="geometry" />
        </mxCell>
        <mxCell id="BZ9neWvH9tw47nREzwFn-57" parent="1" style="shape=curlyBracket;whiteSpace=wrap;html=1;rounded=1;labelPosition=left;verticalLabelPosition=middle;align=right;verticalAlign=middle;rotation=-180;" value="" vertex="1">
          <mxGeometry height="135" width="20" x="650" y="90" as="geometry" />
        </mxCell>
        <mxCell id="BZ9neWvH9tw47nREzwFn-58" parent="1" style="text;html=1;whiteSpace=wrap;strokeColor=none;fillColor=none;align=center;verticalAlign=middle;rounded=0;fontStyle=1" value="&lt;span style=&quot;font-weight: normal;&quot;&gt;Global signals&lt;/span&gt;" vertex="1">
          <mxGeometry height="20" width="90" x="140" y="97.5" as="geometry" />
        </mxCell>
        <mxCell id="BZ9neWvH9tw47nREzwFn-59" parent="1" style="text;html=1;whiteSpace=wrap;strokeColor=none;fillColor=none;align=center;verticalAlign=middle;rounded=0;fontStyle=1" value="&lt;span style=&quot;font-weight: normal;&quot;&gt;Transfer response&lt;/span&gt;" vertex="1">
          <mxGeometry height="20" width="60" x="170" y="157.5" as="geometry" />
        </mxCell>
        <mxCell id="BZ9neWvH9tw47nREzwFn-60" parent="1" style="text;html=1;whiteSpace=wrap;strokeColor=none;fillColor=none;align=center;verticalAlign=middle;rounded=0;fontStyle=1" value="&lt;span style=&quot;font-weight: normal;&quot;&gt;Data&lt;/span&gt;" vertex="1">
          <mxGeometry height="20" width="60" x="170" y="250" as="geometry" />
        </mxCell>
        <mxCell id="BZ9neWvH9tw47nREzwFn-61" parent="1" style="text;html=1;whiteSpace=wrap;strokeColor=none;fillColor=none;align=center;verticalAlign=middle;rounded=0;fontStyle=1" value="&lt;span style=&quot;font-weight: normal;&quot;&gt;Address and control signals&lt;/span&gt;" vertex="1">
          <mxGeometry height="37.5" width="90" x="670" y="140" as="geometry" />
        </mxCell>
        <mxCell id="BZ9neWvH9tw47nREzwFn-62" parent="1" style="shape=curlyBracket;whiteSpace=wrap;html=1;rounded=1;labelPosition=left;verticalLabelPosition=middle;align=right;verticalAlign=middle;" value="" vertex="1">
          <mxGeometry height="35" width="20" x="230" y="150" as="geometry" />
        </mxCell>
        <mxCell id="BZ9neWvH9tw47nREzwFn-63" parent="1" style="text;html=1;whiteSpace=wrap;strokeColor=none;fillColor=none;align=center;verticalAlign=middle;rounded=0;fontStyle=1" value="&lt;span style=&quot;font-weight: normal;&quot;&gt;Address and control signals&lt;/span&gt;" vertex="1">
          <mxGeometry height="37.5" width="90" x="140" y="531" as="geometry" />
        </mxCell>
        <mxCell id="BZ9neWvH9tw47nREzwFn-64" parent="1" style="shape=curlyBracket;whiteSpace=wrap;html=1;rounded=1;labelPosition=left;verticalLabelPosition=middle;align=right;verticalAlign=middle;" value="" vertex="1">
          <mxGeometry height="35" width="20" x="230" y="375" as="geometry" />
        </mxCell>
        <mxCell id="BZ9neWvH9tw47nREzwFn-65" parent="1" style="text;html=1;whiteSpace=wrap;strokeColor=none;fillColor=none;align=center;verticalAlign=middle;rounded=0;fontStyle=1" value="&lt;span style=&quot;font-weight: normal;&quot;&gt;Global signals&lt;/span&gt;" vertex="1">
          <mxGeometry height="20" width="90" x="140" y="382.5" as="geometry" />
        </mxCell>
        <mxCell id="BZ9neWvH9tw47nREzwFn-66" parent="1" style="text;html=1;whiteSpace=wrap;strokeColor=none;fillColor=none;align=center;verticalAlign=middle;rounded=0;fontStyle=1" value="&lt;span style=&quot;font-weight: normal;&quot;&gt;Data&lt;/span&gt;" vertex="1">
          <mxGeometry height="20" width="60" x="670" y="250" as="geometry" />
        </mxCell>
        <mxCell id="BZ9neWvH9tw47nREzwFn-67" edge="1" parent="1" style="endArrow=classic;html=1;rounded=0;" value="">
          <mxGeometry height="50" relative="1" width="50" as="geometry">
            <mxPoint x="520" y="490" as="sourcePoint" />
            <mxPoint x="560" y="490" as="targetPoint" />
          </mxGeometry>
        </mxCell>
        <mxCell id="BZ9neWvH9tw47nREzwFn-68" edge="1" parent="1" style="endArrow=classic;html=1;rounded=0;" value="">
          <mxGeometry height="50" relative="1" width="50" as="geometry">
            <mxPoint x="520" y="510" as="sourcePoint" />
            <mxPoint x="560" y="510" as="targetPoint" />
          </mxGeometry>
        </mxCell>
        <mxCell id="BZ9neWvH9tw47nREzwFn-69" parent="1" style="text;html=1;whiteSpace=wrap;strokeColor=none;fillColor=none;align=center;verticalAlign=middle;rounded=0;fontStyle=1" value="HREADY" vertex="1">
          <mxGeometry height="20" width="60" x="560" y="480" as="geometry" />
        </mxCell>
        <mxCell id="BZ9neWvH9tw47nREzwFn-70" parent="1" style="text;html=1;whiteSpace=wrap;strokeColor=none;fillColor=none;align=center;verticalAlign=middle;rounded=0;fontStyle=1" value="HRESP" vertex="1">
          <mxGeometry height="20" width="60" x="560" y="500" as="geometry" />
        </mxCell>
        <mxCell id="BZ9neWvH9tw47nREzwFn-71" edge="1" parent="1" style="endArrow=classic;html=1;rounded=0;" value="">
          <mxGeometry height="50" relative="1" width="50" as="geometry">
            <mxPoint x="520" y="649.6600000000001" as="sourcePoint" />
            <mxPoint x="560" y="649.6600000000001" as="targetPoint" />
          </mxGeometry>
        </mxCell>
        <mxCell id="BZ9neWvH9tw47nREzwFn-72" parent="1" style="text;html=1;whiteSpace=wrap;strokeColor=none;fillColor=none;align=center;verticalAlign=middle;rounded=0;fontStyle=1" value="HRDATA[31:0]" vertex="1">
          <mxGeometry height="20" width="90" x="560" y="640" as="geometry" />
        </mxCell>
        <mxCell id="BZ9neWvH9tw47nREzwFn-73" parent="1" style="text;html=1;whiteSpace=wrap;strokeColor=none;fillColor=none;align=center;verticalAlign=middle;rounded=0;fontStyle=1" value="&lt;span style=&quot;font-weight: normal;&quot;&gt;Data&lt;/span&gt;" vertex="1">
          <mxGeometry height="20" width="60" x="155" y="640" as="geometry" />
        </mxCell>
        <mxCell id="BZ9neWvH9tw47nREzwFn-74" parent="1" style="text;html=1;whiteSpace=wrap;strokeColor=none;fillColor=none;align=center;verticalAlign=middle;rounded=0;fontStyle=1" value="&lt;span style=&quot;font-weight: normal;&quot;&gt;Data&lt;/span&gt;" vertex="1">
          <mxGeometry height="20" width="50" x="675" y="640" as="geometry" />
        </mxCell>
        <mxCell id="BZ9neWvH9tw47nREzwFn-75" parent="1" style="text;html=1;whiteSpace=wrap;strokeColor=none;fillColor=none;align=center;verticalAlign=middle;rounded=0;fontStyle=1" value="&lt;span style=&quot;font-weight: normal;&quot;&gt;Transfer response&lt;/span&gt;" vertex="1">
          <mxGeometry height="20" width="60" x="670" y="487.5" as="geometry" />
        </mxCell>
        <mxCell id="BZ9neWvH9tw47nREzwFn-76" parent="1" style="shape=curlyBracket;whiteSpace=wrap;html=1;rounded=1;labelPosition=left;verticalLabelPosition=middle;align=right;verticalAlign=middle;rotation=-180;" value="" vertex="1">
          <mxGeometry height="35" width="20" x="640" y="480" as="geometry" />
        </mxCell>
        <mxCell id="BZ9neWvH9tw47nREzwFn-77" parent="1" style="text;html=1;whiteSpace=wrap;strokeColor=none;fillColor=none;align=center;verticalAlign=middle;rounded=0;fontStyle=1" value="&lt;span style=&quot;font-weight: normal;&quot;&gt;Select signal&lt;/span&gt;" vertex="1">
          <mxGeometry height="20" width="90" x="140" y="430" as="geometry" />
        </mxCell>
      </root>
    </mxGraphModel>
  </diagram>
  <diagram id="Hd4ECfvz_bm4RMetZK8C" name="Master Interface">
    <mxGraphModel dx="764" dy="1105" grid="1" gridSize="10" guides="1" tooltips="1" connect="1" arrows="1" fold="1" page="1" pageScale="1" pageWidth="850" pageHeight="1100" math="0" shadow="0">
      <root>
        <mxCell id="0" />
        <mxCell id="1" parent="0" />
      </root>
    </mxGraphModel>
  </diagram>
  <diagram id="AYzUWjTrgIps4r00h7mQ" name="Master FSM">
    <mxGraphModel dx="437" dy="631" grid="1" gridSize="10" guides="1" tooltips="1" connect="1" arrows="1" fold="1" page="1" pageScale="1" pageWidth="850" pageHeight="1100" math="0" shadow="0">
      <root>
        <mxCell id="0" />
        <mxCell id="1" parent="0" />
        <mxCell id="gUlQ52oibdo8bB1fHUDe-6" edge="1" parent="1" source="gUlQ52oibdo8bB1fHUDe-1" style="edgeStyle=orthogonalEdgeStyle;rounded=0;orthogonalLoop=1;jettySize=auto;html=1;exitX=1;exitY=0.5;exitDx=0;exitDy=0;entryX=0;entryY=0.5;entryDx=0;entryDy=0;" target="gUlQ52oibdo8bB1fHUDe-2">
          <mxGeometry relative="1" as="geometry" />
        </mxCell>
        <mxCell id="gUlQ52oibdo8bB1fHUDe-8" edge="1" parent="1" source="gUlQ52oibdo8bB1fHUDe-1" style="edgeStyle=orthogonalEdgeStyle;rounded=0;orthogonalLoop=1;jettySize=auto;html=1;entryX=0.5;entryY=0;entryDx=0;entryDy=0;" target="gUlQ52oibdo8bB1fHUDe-5">
          <mxGeometry relative="1" as="geometry" />
        </mxCell>
        <mxCell id="gUlQ52oibdo8bB1fHUDe-1" parent="1" style="ellipse;whiteSpace=wrap;html=1;" value="IDLE" vertex="1">
          <mxGeometry height="80" width="120" x="200" y="200" as="geometry" />
        </mxCell>
        <mxCell id="gUlQ52oibdo8bB1fHUDe-7" edge="1" parent="1" source="gUlQ52oibdo8bB1fHUDe-2" style="edgeStyle=orthogonalEdgeStyle;rounded=0;orthogonalLoop=1;jettySize=auto;html=1;entryX=0.5;entryY=0;entryDx=0;entryDy=0;" target="gUlQ52oibdo8bB1fHUDe-3">
          <mxGeometry relative="1" as="geometry" />
        </mxCell>
        <mxCell id="gUlQ52oibdo8bB1fHUDe-2" parent="1" style="ellipse;whiteSpace=wrap;html=1;" value="WR_ADDR_PHASE" vertex="1">
          <mxGeometry height="80" width="120" x="440" y="200" as="geometry" />
        </mxCell>
        <mxCell id="gUlQ52oibdo8bB1fHUDe-10" edge="1" parent="1" source="gUlQ52oibdo8bB1fHUDe-3" style="edgeStyle=orthogonalEdgeStyle;rounded=0;orthogonalLoop=1;jettySize=auto;html=1;entryX=0.5;entryY=0;entryDx=0;entryDy=0;" target="gUlQ52oibdo8bB1fHUDe-9">
          <mxGeometry relative="1" as="geometry" />
        </mxCell>
        <mxCell id="8WBKzOnGMAMBHIHuB8Qa-4" edge="1" parent="1" source="gUlQ52oibdo8bB1fHUDe-3" style="edgeStyle=orthogonalEdgeStyle;rounded=0;orthogonalLoop=1;jettySize=auto;html=1;entryX=1;entryY=0.5;entryDx=0;entryDy=0;" target="gUlQ52oibdo8bB1fHUDe-5">
          <mxGeometry relative="1" as="geometry" />
        </mxCell>
        <mxCell id="gUlQ52oibdo8bB1fHUDe-3" parent="1" style="ellipse;whiteSpace=wrap;html=1;" value="WR_DATA_PHASE" vertex="1">
          <mxGeometry height="80" width="120" x="440" y="360" as="geometry" />
        </mxCell>
        <mxCell id="gUlQ52oibdo8bB1fHUDe-11" edge="1" parent="1" source="gUlQ52oibdo8bB1fHUDe-4" style="edgeStyle=orthogonalEdgeStyle;rounded=0;orthogonalLoop=1;jettySize=auto;html=1;entryX=0;entryY=0.5;entryDx=0;entryDy=0;" target="gUlQ52oibdo8bB1fHUDe-9">
          <mxGeometry relative="1" as="geometry" />
        </mxCell>
        <mxCell id="8WBKzOnGMAMBHIHuB8Qa-6" edge="1" parent="1" source="gUlQ52oibdo8bB1fHUDe-4" style="edgeStyle=orthogonalEdgeStyle;rounded=0;orthogonalLoop=1;jettySize=auto;html=1;exitX=0;exitY=0.5;exitDx=0;exitDy=0;entryX=0;entryY=0.5;entryDx=0;entryDy=0;" target="gUlQ52oibdo8bB1fHUDe-1">
          <mxGeometry relative="1" as="geometry">
            <Array as="points">
              <mxPoint x="160.03" y="560.03" />
              <mxPoint x="160.03" y="240.03" />
            </Array>
          </mxGeometry>
        </mxCell>
        <mxCell id="gUlQ52oibdo8bB1fHUDe-4" parent="1" style="ellipse;whiteSpace=wrap;html=1;" value="RD_DATA_PHASE" vertex="1">
          <mxGeometry height="80" width="120" x="200" y="520" as="geometry" />
        </mxCell>
        <mxCell id="8WBKzOnGMAMBHIHuB8Qa-3" edge="1" parent="1" source="gUlQ52oibdo8bB1fHUDe-5" style="edgeStyle=orthogonalEdgeStyle;rounded=0;orthogonalLoop=1;jettySize=auto;html=1;" target="gUlQ52oibdo8bB1fHUDe-4" value="">
          <mxGeometry relative="1" as="geometry" />
        </mxCell>
        <mxCell id="gUlQ52oibdo8bB1fHUDe-5" parent="1" style="ellipse;whiteSpace=wrap;html=1;" value="RD_ADDR_PHASE" vertex="1">
          <mxGeometry height="80" width="120" x="200" y="360" as="geometry" />
        </mxCell>
        <mxCell id="gUlQ52oibdo8bB1fHUDe-9" parent="1" style="ellipse;whiteSpace=wrap;html=1;" value="WAIT_STATE" vertex="1">
          <mxGeometry height="80" width="120" x="440" y="520" as="geometry" />
        </mxCell>
        <mxCell id="8WBKzOnGMAMBHIHuB8Qa-1" edge="1" parent="1" source="gUlQ52oibdo8bB1fHUDe-5" style="endArrow=classic;html=1;rounded=0;entryX=0;entryY=0;entryDx=0;entryDy=0;exitX=1;exitY=1;exitDx=0;exitDy=0;" target="gUlQ52oibdo8bB1fHUDe-9" value="">
          <mxGeometry height="50" relative="1" width="50" as="geometry">
            <mxPoint x="350" y="490" as="sourcePoint" />
            <mxPoint x="400" y="440" as="targetPoint" />
          </mxGeometry>
        </mxCell>
        <mxCell id="8WBKzOnGMAMBHIHuB8Qa-5" edge="1" parent="1" source="gUlQ52oibdo8bB1fHUDe-3" style="endArrow=classic;html=1;rounded=0;exitX=0;exitY=0;exitDx=0;exitDy=0;entryX=1;entryY=1;entryDx=0;entryDy=0;" target="gUlQ52oibdo8bB1fHUDe-1" value="">
          <mxGeometry height="50" relative="1" width="50" as="geometry">
            <mxPoint x="370" y="340" as="sourcePoint" />
            <mxPoint x="420" y="290" as="targetPoint" />
          </mxGeometry>
        </mxCell>
      </root>
    </mxGraphModel>
  </diagram>
</mxfile>
